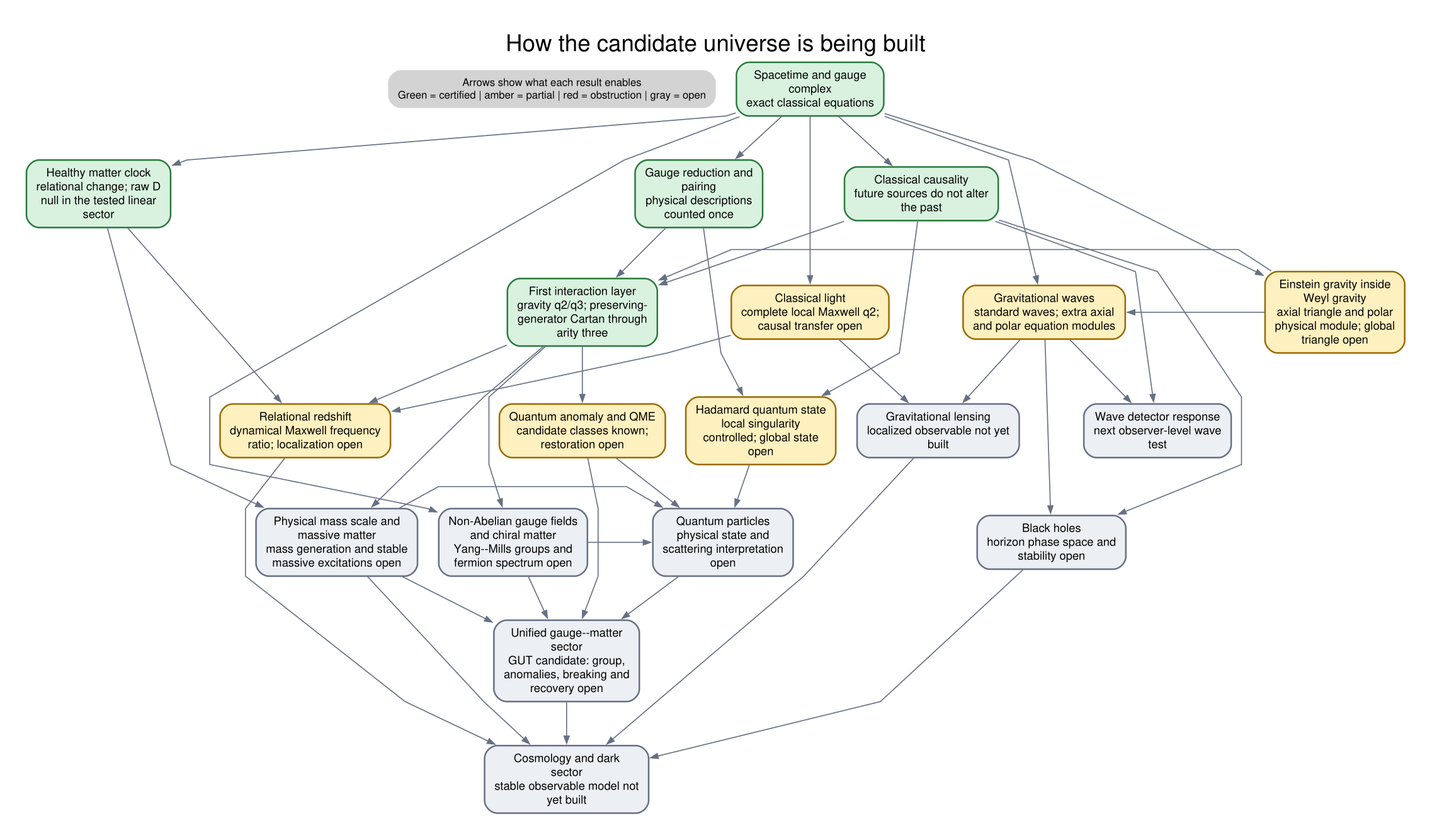
This is certificate_graph/universe-building-dag.png from area9innovation/weyl-gravity, a Graphviz export, as it was before one commit. Its source is kept beside it as certificate_graph/universe-building-dag.dot.
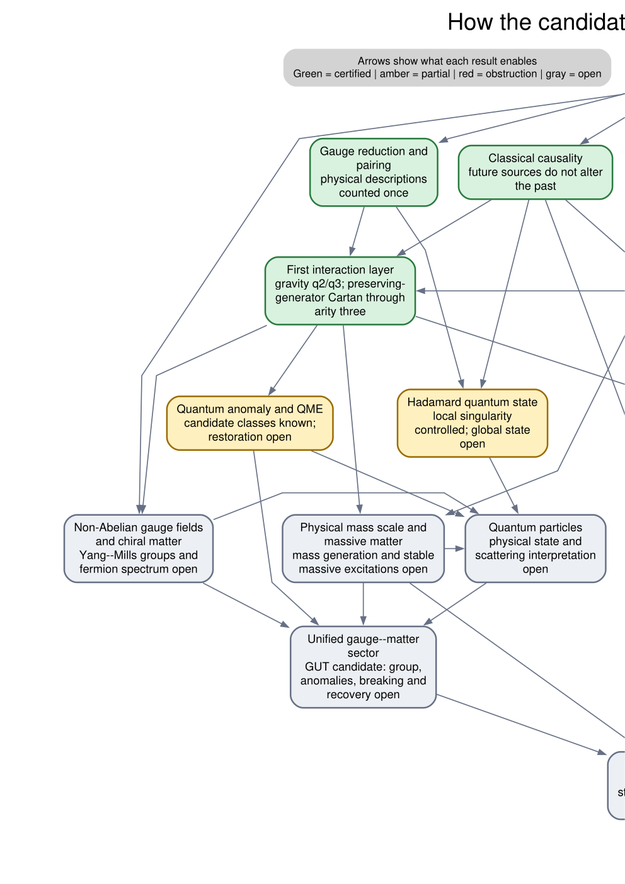
The same file after the commit.

Commit message:
Promote Berger light and detector milestones

What changed in the source:
```diff
@@ -11,10 +11,10 @@
   "clock" [shape=box, label="Healthy matter clock\nrelational change; raw D\nnull in the tested linear\nsector", fillcolor="#d9f2df", color="#287a3d", tooltip="Healthy matter clock\nrelational change; raw D\nnull in the tested linear\nsector"];
   "interactions" [shape=box, label="First interaction layer\ngravity q2/q3; preserving-\ngenerator Cartan through\narity three", fillcolor="#d9f2df", color="#287a3d", tooltip="First interaction layer\ngravity q2/q3; preserving-\ngenerator Cartan through\narity three"];
   "einstein_weyl_relative" [shape=box, label="Einstein gravity inside\nWeyl gravity\naxial triangle and polar\nphysical module; global\ntriangle open", fillcolor="#fff0bf", color="#9a6a00", tooltip="Einstein gravity inside\nWeyl gravity\naxial triangle and polar\nphysical module; global\ntriangle open"];
-  "light" [shape=box, label="Classical light\ncomplete local Maxwell q2;\ncausal transfer open", fillcolor="#fff0bf", color="#9a6a00", tooltip="Classical light\ncomplete local Maxwell q2;\ncausal transfer open"];
+  "light" [shape=box, label="Classical light\ncausal Maxwell contraction,\nrepaired q2 and retarded\nsignals; mixed q3 open", fillcolor="#fff0bf", color="#9a6a00", tooltip="Classical light\ncausal Maxwell contraction,\nrepaired q2 and retarded\nsignals; mixed q3 open"];
   "gravity_waves" [shape=box, label="Gravitational waves\nstandard waves; extra axial\nand polar equation modules", fillcolor="#fff0bf", color="#9a6a00", tooltip="Gravitational waves\nstandard waves; extra axial\nand polar equation modules"];
   "redshift" [shape=box, label="Relational redshift\ndynamical Maxwell frequency\nratio; localization open", fillcolor="#fff0bf", color="#9a6a00", tooltip="Relational redshift\ndynamical Maxwell frequency\nratio; localization open"];
-  "detector" [shape=box, label="Wave detector response\nnext observer-level wave\ntest", fillcolor="#eceff3", color="#667085", tooltip="Wave detector response\nnext observer-level wave\ntest"];
+  "detector" [shape=box, label="Relational detector\nresponse\nrank-two linear retarded\nrecords; apparatus BV\nextension and backreaction\nopen", fillcolor="#fff0bf", color="#9a6a00", tooltip="Relational detector\nresponse\nrank-two linear retarded\nrecords; apparatus BV\nextension and backreaction\nopen"];
   "hadamard" [shape=box, label="Hadamard quantum state\nlocal singularity\ncontrolled; global state\nopen", fillcolor="#fff0bf", color="#9a6a00", tooltip="Hadamard quantum state\nlocal singularity\ncontrolled; global state\nopen"];
   "anomalies" [shape=box, label="Quantum anomaly and QME\ncandidate classes known;\nrestoration open", fillcolor="#fff0bf", color="#9a6a00", tooltip="Quantum anomaly and QME\ncandidate classes known;\nrestoration open"];
   "lensing" [shape=box, label="Gravitational lensing\nlocalized observable not yet\nbuilt", fillcolor="#eceff3", color="#667085", tooltip="Gravitational lensing\nlocalized observable not yet\nbuilt"];
@@ -42,6 +42,8 @@
   "clock" -> "redshift" [tooltip="supplies readings"];
   "light" -> "redshift" [tooltip="carries frequency"];
   "interactions" -> "redshift" [tooltip="preserves observable"];
+  "clock" -> "detector" [tooltip="labels local records"];
+  "light" -> "detector" [tooltip="drives Maxwell response"];
   "gravity_waves" -> "detector" [tooltip="drives tidal response"];
   "causality" -> "detector" [tooltip="retards response"];
   "light" -> "lensing" [tooltip="traces null paths"];
```
